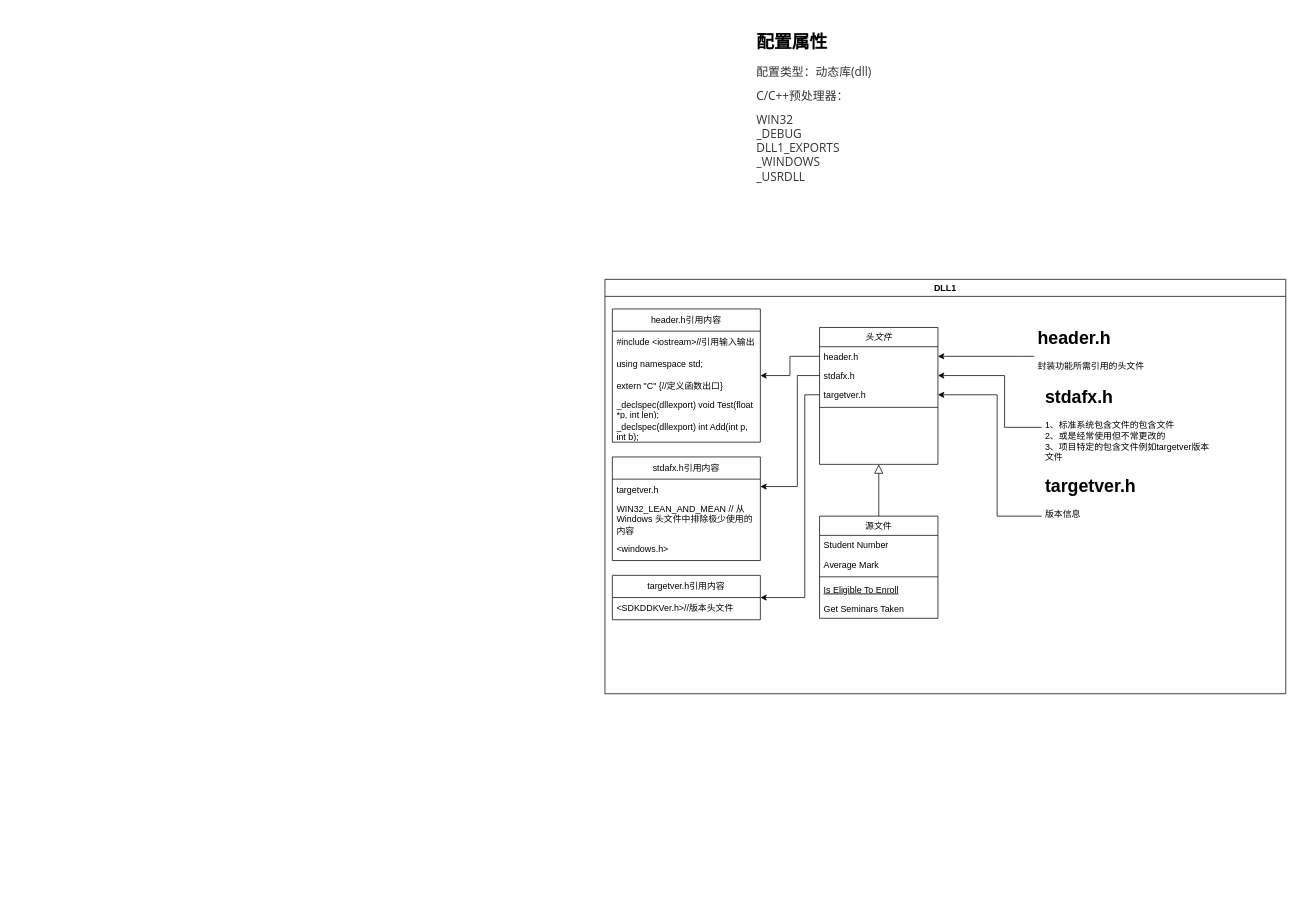
Before: 动态链接库.drawio in wjaswdd/draw.io, a draw.io diagram. Source tidied: cells renumbered, new cells numbered last; positions are measured from the earlier drawing's top-left corner, leaving out a move shared by most shapes. Both pictures are drawn from the tidied source at 74%, with x=0, y=0 at pixel (605, 27).
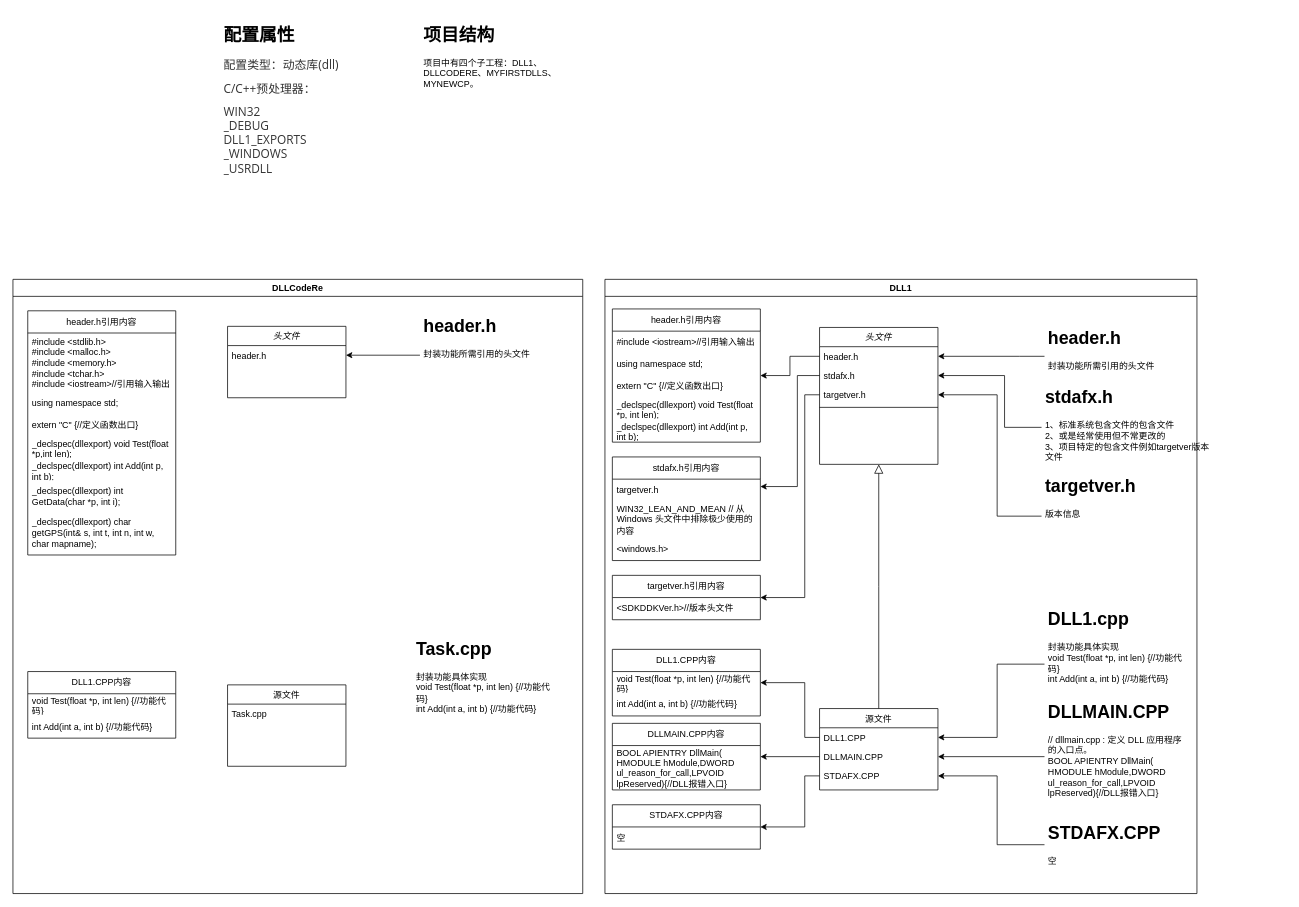
The same page after the edit.

Commit message:
更新动态链接库.drawio

What changed in the source:
```diff
@@
     <mxCell id="2" value="&lt;h1&gt;配置属性&lt;/h1&gt;&lt;p style=&quot;box-sizing: border-box; line-height: inherit; orphans: 4; margin: 0.8em 0px; position: relative; color: rgb(51, 51, 51); font-family: &amp;quot;Open Sans&amp;quot;, &amp;quot;Clear Sans&amp;quot;, &amp;quot;Helvetica Neue&amp;quot;, Helvetica, Arial, &amp;quot;Segoe UI Emoji&amp;quot;, sans-serif; font-size: 16px;&quot; class=&quot;md-end-block md-p&quot;&gt;配置类型：动态库(dll)&lt;/p&gt;&lt;p style=&quot;box-sizing: border-box; line-height: inherit; orphans: 4; margin: 0.8em 0px; position: relative; color: rgb(51, 51, 51); font-family: &amp;quot;Open Sans&amp;quot;, &amp;quot;Clear Sans&amp;quot;, &amp;quot;Helvetica Neue&amp;quot;, Helvetica, Arial, &amp;quot;Segoe UI Emoji&amp;quot;, sans-serif; font-size: 16px;&quot; class=&quot;md-end-block md-p&quot;&gt;&lt;span style=&quot;box-sizing: border-box;&quot; class=&quot;md-plain&quot;&gt;C/C++预处理器：&lt;/span&gt;&lt;/p&gt;&lt;p style=&quot;box-sizing: border-box; line-height: inherit; orphans: 4; margin: 0.8em 0px; position: relative; color: rgb(51, 51, 51); font-family: &amp;quot;Open Sans&amp;quot;, &amp;quot;Clear Sans&amp;quot;, &amp;quot;Helvetica Neue&amp;quot;, Helvetica, Arial, &amp;quot;Segoe UI Emoji&amp;quot;, sans-serif; font-size: 16px;&quot; class=&quot;md-end-block md-p md-focus&quot;&gt;&lt;span style=&quot;box-sizing: border-box;&quot; class=&quot;md-plain md-expand&quot;&gt;WIN32&lt;/span&gt;&lt;span style=&quot;box-sizing: border-box;&quot; class=&quot;md-softbreak&quot;&gt;&lt;br&gt;&lt;/span&gt;&lt;span style=&quot;box-sizing: border-box;&quot; class=&quot;md-plain&quot;&gt;_DEBUG&lt;/span&gt;&lt;span style=&quot;box-sizing: border-box;&quot; class=&quot;md-softbreak&quot;&gt;&lt;br&gt;&lt;/span&gt;&lt;span style=&quot;box-sizing: border-box;&quot; class=&quot;md-plain&quot;&gt;DLL1_EXPORTS&lt;/span&gt;&lt;span style=&quot;box-sizing: border-box;&quot; class=&quot;md-softbreak&quot;&gt;&lt;br&gt;&lt;/span&gt;&lt;span style=&quot;box-sizing: border-box;&quot; class=&quot;md-plain&quot;&gt;_WINDOWS&lt;/span&gt;&lt;span style=&quot;box-sizing: border-box;&quot; class=&quot;md-softbreak&quot;&gt;&lt;br&gt;&lt;/span&gt;&lt;span style=&quot;box-sizing: border-box;&quot; class=&quot;md-plain&quot;&gt;_USRDLL&lt;/span&gt;&lt;/p&gt;" style="text;html=1;strokeColor=none;fillColor=none;spacing=5;spacingTop=-20;whiteSpace=wrap;overflow=hidden;rounded=0;" parent="1" vertex="1">
-      <mxGeometry x="200" width="180" height="260" as="geometry" />
+      <mxGeometry x="-520" y="-10" width="180" height="260" as="geometry" />
     </mxCell>
     <mxCell id="3" value="DLL1" style="swimlane;whiteSpace=wrap;html=1;" parent="1" vertex="1">
-      <mxGeometry y="340" width="920" height="560" as="geometry" />
+      <mxGeometry y="340" width="800" height="830" as="geometry" />
     </mxCell>
@@
     <mxCell id="9" value="源文件" style="swimlane;fontStyle=0;align=center;verticalAlign=top;horizontal=1;startSize=26;rounded=0;shadow=0;strokeWidth=1;" parent="3" vertex="1">
-      <mxGeometry x="290" y="320" width="160" height="138" as="geometry" />
+      <mxGeometry x="290" y="580" width="160" height="110" as="geometry" />
     </mxCell>
-    <mxCell id="10" value="Student Number" style="text;align=left;verticalAlign=top;spacingLeft=4;spacingRight=4;overflow=hidden;points=[[0,0.5],[1,0.5]];portConstraint=eastwest;" parent="9" vertex="1">
+    <mxCell id="10" value="DLL1.CPP" style="text;align=left;verticalAlign=top;spacingLeft=4;spacingRight=4;overflow=hidden;points=[[0,0.5],[1,0.5]];portConstraint=eastwest;" parent="9" vertex="1">
       <mxGeometry y="26" width="160" height="26" as="geometry" />
     </mxCell>
-    <mxCell id="11" value="Average Mark" style="text;align=left;verticalAlign=top;spacingLeft=4;spacingRight=4;overflow=hidden;points=[[0,0.5],[1,0.5]];portConstraint=eastwest;rounded=0;shadow=0;html=0;" parent="9" vertex="1">
+    <mxCell id="11" value="DLLMAIN.CPP" style="text;align=left;verticalAlign=top;spacingLeft=4;spacingRight=4;overflow=hidden;points=[[0,0.5],[1,0.5]];portConstraint=eastwest;rounded=0;shadow=0;html=0;" parent="9" vertex="1">
       <mxGeometry y="52" width="160" height="26" as="geometry" />
     </mxCell>
-    <mxCell id="12" style="line;html=1;strokeWidth=1;align=left;verticalAlign=middle;spacingTop=-1;spacingLeft=3;spacingRight=3;labelPosition=right;" parent="9" vertex="1">
-      <mxGeometry y="78" width="160" height="8" as="geometry" />
-    </mxCell>
-    <mxCell id="13" value="Is Eligible To Enroll" style="text;align=left;verticalAlign=top;spacingLeft=4;spacingRight=4;overflow=hidden;fontStyle=4;" parent="9" vertex="1">
-      <mxGeometry y="86" width="160" height="26" as="geometry" />
-    </mxCell>
-    <mxCell id="14" value="Get Seminars Taken" style="text;align=left;verticalAlign=top;spacingLeft=4;spacingRight=4;overflow=hidden;points=[[0,0.5],[1,0.5]];portConstraint=eastwest;" parent="9" vertex="1">
-      <mxGeometry y="112" width="160" height="26" as="geometry" />
+    <mxCell id="14" value="STDAFX.CPP" style="text;align=left;verticalAlign=top;spacingLeft=4;spacingRight=4;overflow=hidden;points=[[0,0.5],[1,0.5]];portConstraint=eastwest;" parent="9" vertex="1">
+      <mxGeometry y="78" width="160" height="26" as="geometry" />
     </mxCell>
@@
     <mxCell id="17" value="&lt;h1&gt;header.h&lt;br&gt;&lt;/h1&gt;&lt;p&gt;封装功能所需引用的头文件&lt;/p&gt;" style="text;html=1;strokeColor=none;fillColor=none;spacing=5;spacingTop=-20;whiteSpace=wrap;overflow=hidden;rounded=0;" parent="3" vertex="1">
-      <mxGeometry x="580" y="60" width="190" height="120" as="geometry" />
+      <mxGeometry x="594" y="60" width="190" height="120" as="geometry" />
     </mxCell>
@@
+    <mxCell id="37" style="edgeStyle=orthogonalEdgeStyle;rounded=0;jettySize=auto;html=1;" parent="3" edge="1" source="38" target="10">
+      <mxGeometry relative="1" as="geometry">
+        <Array as="points">
+          <mxPoint x="530" y="520" />
+          <mxPoint x="530" y="619" />
+        </Array>
+      </mxGeometry>
+    </mxCell>
+    <mxCell id="38" value="&lt;h1&gt;DLL1.cpp&lt;/h1&gt;&lt;div&gt;封装功能具体实现&lt;/div&gt;&lt;div&gt;void Test(float *p, int len) {//功能代码}&lt;/div&gt;&lt;div&gt;int Add(int a, int b) {//功能代码}&lt;br&gt;&lt;/div&gt;" style="text;html=1;strokeColor=none;fillColor=none;spacing=5;spacingTop=-20;whiteSpace=wrap;overflow=hidden;rounded=0;" parent="3" vertex="1">
+      <mxGeometry x="594" y="440" width="190" height="120" as="geometry" />
+    </mxCell>
+    <mxCell id="39" style="edgeStyle=orthogonalEdgeStyle;rounded=0;jettySize=auto;html=1;" parent="3" edge="1" source="40" target="11">
+      <mxGeometry relative="1" as="geometry" />
+    </mxCell>
+    <mxCell id="40" value="&lt;h1&gt;DLLMAIN.CPP&lt;br&gt;&lt;/h1&gt;&lt;div&gt;// dllmain.cpp : 定义 DLL 应用程序的入口点。&lt;br&gt;&lt;/div&gt;&lt;div&gt;&lt;div&gt;BOOL APIENTRY DllMain( HMODULE hModule,&lt;span style=&quot;background-color: initial;&quot;&gt;DWORD&amp;nbsp; ul_reason_for_call,&lt;/span&gt;&lt;span style=&quot;background-color: initial;&quot;&gt;LPVOID lpReserved&lt;/span&gt;&lt;span style=&quot;background-color: initial;&quot;&gt;){//DLL报错入口}&lt;/span&gt;&lt;/div&gt;&lt;/div&gt;" style="text;html=1;strokeColor=none;fillColor=none;spacing=5;spacingTop=-20;whiteSpace=wrap;overflow=hidden;rounded=0;" parent="3" vertex="1">
+      <mxGeometry x="594" y="565" width="190" height="160" as="geometry" />
+    </mxCell>
+    <mxCell id="41" style="edgeStyle=orthogonalEdgeStyle;rounded=0;jettySize=auto;html=1;" parent="3" edge="1" source="42" target="14">
+      <mxGeometry relative="1" as="geometry">
+        <Array as="points">
+          <mxPoint x="530" y="764" />
+          <mxPoint x="530" y="671" />
+        </Array>
+      </mxGeometry>
+    </mxCell>
+    <mxCell id="42" value="&lt;h1&gt;STDAFX.CPP&lt;br&gt;&lt;/h1&gt;&lt;div&gt;空&lt;/div&gt;" style="text;html=1;strokeColor=none;fillColor=none;spacing=5;spacingTop=-20;whiteSpace=wrap;overflow=hidden;rounded=0;" parent="3" vertex="1">
+      <mxGeometry x="594" y="729" width="190" height="70" as="geometry" />
+    </mxCell>
+    <mxCell id="43" value="DLL1.CPP内容" style="swimlane;fontStyle=0;horizontal=1;startSize=30;whiteSpace=wrap;html=1;" parent="3" vertex="1">
+      <mxGeometry x="10" y="500" width="200" height="90" as="geometry" />
+    </mxCell>
+    <mxCell id="44" value="&lt;div style=&quot;border-color: var(--border-color);&quot;&gt;void Test(float *p, int len) {//功能代码}&lt;/div&gt;" style="text;strokeColor=none;fillColor=none;align=left;verticalAlign=middle;spacingLeft=4;spacingRight=4;overflow=hidden;whiteSpace=wrap;html=1;" parent="43" vertex="1">
+      <mxGeometry y="30" width="200" height="30" as="geometry" />
+    </mxCell>
+    <mxCell id="45" value="&lt;div style=&quot;border-color: var(--border-color);&quot;&gt;int Add(int a, int b) {//功能代码}&lt;br&gt;&lt;/div&gt;" style="text;strokeColor=none;fillColor=none;align=left;verticalAlign=middle;spacingLeft=4;spacingRight=4;overflow=hidden;whiteSpace=wrap;html=1;" parent="43" vertex="1">
+      <mxGeometry y="60" width="200" height="30" as="geometry" />
+    </mxCell>
+    <mxCell id="46" style="edgeStyle=orthogonalEdgeStyle;rounded=0;jettySize=auto;html=1;" parent="3" edge="1" source="10" target="43">
+      <mxGeometry relative="1" as="geometry">
+        <Array as="points">
+          <mxPoint x="270" y="619" />
+          <mxPoint x="270" y="545" />
+        </Array>
+      </mxGeometry>
+    </mxCell>
+    <mxCell id="47" value="DLLMAIN.CPP内容" style="swimlane;fontStyle=0;horizontal=1;startSize=30;whiteSpace=wrap;html=1;" parent="3" vertex="1">
+      <mxGeometry x="10" y="600" width="200" height="90" as="geometry" />
+    </mxCell>
+    <mxCell id="48" value="&lt;div style=&quot;border-color: var(--border-color);&quot;&gt;BOOL APIENTRY DllMain( HMODULE hModule,DWORD&amp;nbsp; ul_reason_for_call,&lt;span style=&quot;border-color: var(--border-color); background-color: initial;&quot;&gt;LPVOID lpReserved&lt;/span&gt;&lt;span style=&quot;border-color: var(--border-color); background-color: initial;&quot;&gt;){//DLL报错入口}&lt;/span&gt;&lt;br&gt;&lt;/div&gt;" style="text;strokeColor=none;fillColor=none;align=left;verticalAlign=middle;spacingLeft=4;spacingRight=4;overflow=hidden;whiteSpace=wrap;html=1;" parent="47" vertex="1">
+      <mxGeometry y="30" width="200" height="60" as="geometry" />
+    </mxCell>
+    <mxCell id="49" style="edgeStyle=orthogonalEdgeStyle;rounded=0;jettySize=auto;html=1;" parent="3" edge="1" source="11" target="47">
+      <mxGeometry relative="1" as="geometry" />
+    </mxCell>
+    <mxCell id="50" value="STDAFX.CPP内容" style="swimlane;fontStyle=0;horizontal=1;startSize=30;whiteSpace=wrap;html=1;" parent="3" vertex="1">
+      <mxGeometry x="10" y="710" width="200" height="60" as="geometry" />
+    </mxCell>
+    <mxCell id="51" value="空" style="text;strokeColor=none;fillColor=none;align=left;verticalAlign=middle;spacingLeft=4;spacingRight=4;overflow=hidden;whiteSpace=wrap;html=1;" parent="50" vertex="1">
+      <mxGeometry y="30" width="200" height="30" as="geometry" />
+    </mxCell>
+    <mxCell id="52" style="edgeStyle=orthogonalEdgeStyle;rounded=0;jettySize=auto;html=1;" parent="3" edge="1" source="14" target="50">
+      <mxGeometry relative="1" as="geometry">
+        <Array as="points">
+          <mxPoint x="270" y="671" />
+          <mxPoint x="270" y="740" />
+        </Array>
+      </mxGeometry>
+    </mxCell>
+    <mxCell id="53" value="&lt;h1&gt;项目结构&lt;br&gt;&lt;/h1&gt;&lt;p&gt;项目中有四个子工程：DLL1、DLLCODERE、MYFIRSTDLLS、MYNEWCP。&lt;br&gt;&lt;/p&gt;" style="text;html=1;strokeColor=none;fillColor=none;spacing=5;spacingTop=-20;whiteSpace=wrap;overflow=hidden;rounded=0;" parent="1" vertex="1">
+      <mxGeometry x="-250" y="-10" width="190" height="120" as="geometry" />
+    </mxCell>
+    <mxCell id="54" value="DLLCodeRe" style="swimlane;whiteSpace=wrap;html=1;" parent="1" vertex="1">
+      <mxGeometry x="-800" y="340" width="770" height="830" as="geometry" />
+    </mxCell>
+    <mxCell id="55" value="头文件" style="swimlane;fontStyle=2;align=center;verticalAlign=top;horizontal=1;startSize=26;rounded=0;shadow=0;strokeWidth=1;" parent="54" vertex="1">
+      <mxGeometry x="290" y="63.5" width="160" height="96.5" as="geometry" />
+    </mxCell>
+    <mxCell id="56" value="header.h" style="text;align=left;verticalAlign=top;spacingLeft=4;spacingRight=4;overflow=hidden;points=[[0,0.5],[1,0.5]];portConstraint=eastwest;" parent="55" vertex="1">
+      <mxGeometry y="26" width="160" height="26" as="geometry" />
+    </mxCell>
+    <mxCell id="57" value="源文件" style="swimlane;fontStyle=0;align=center;verticalAlign=top;horizontal=1;startSize=26;rounded=0;shadow=0;strokeWidth=1;" parent="54" vertex="1">
+      <mxGeometry x="290" y="548" width="160" height="110" as="geometry" />
+    </mxCell>
+    <mxCell id="58" value="Task.cpp" style="text;align=left;verticalAlign=top;spacingLeft=4;spacingRight=4;overflow=hidden;" parent="57" vertex="1">
+      <mxGeometry y="26" width="160" height="26" as="geometry" />
+    </mxCell>
+    <mxCell id="59" style="edgeStyle=orthogonalEdgeStyle;rounded=0;jettySize=auto;html=1;" parent="54" edge="1" source="60" target="56">
+      <mxGeometry relative="1" as="geometry" />
+    </mxCell>
+    <mxCell id="60" value="&lt;h1&gt;header.h&lt;br&gt;&lt;/h1&gt;&lt;p&gt;封装功能所需引用的头文件&lt;/p&gt;" style="text;html=1;strokeColor=none;fillColor=none;spacing=5;spacingTop=-20;whiteSpace=wrap;overflow=hidden;rounded=0;" parent="54" vertex="1">
+      <mxGeometry x="550" y="42.5" width="190" height="120" as="geometry" />
+    </mxCell>
+    <mxCell id="61" value="&lt;h1&gt;Task.cpp&lt;br&gt;&lt;/h1&gt;&lt;div&gt;封装功能具体实现&lt;/div&gt;&lt;div&gt;void Test(float *p, int len) {//功能代码}&lt;/div&gt;&lt;div&gt;int Add(int a, int b) {//功能代码}&lt;br&gt;&lt;/div&gt;" style="text;html=1;strokeColor=none;fillColor=none;spacing=5;spacingTop=-20;whiteSpace=wrap;overflow=hidden;rounded=0;" parent="54" vertex="1">
+      <mxGeometry x="540" y="480" width="190" height="120" as="geometry" />
+    </mxCell>
+    <mxCell id="62" value="header.h引用内容" style="swimlane;fontStyle=0;horizontal=1;startSize=30;whiteSpace=wrap;html=1;" parent="54" vertex="1">
+      <mxGeometry x="20" y="42.5" width="200" height="330" as="geometry" />
+    </mxCell>
+    <mxCell id="63" value="&lt;div&gt;#include &amp;lt;stdlib.h&amp;gt;&lt;/div&gt;&lt;div&gt;&lt;span style=&quot;font-size: 12px;&quot;&gt;#include &amp;lt;malloc.h&amp;gt;&lt;/span&gt;&lt;/div&gt;&lt;div&gt;&lt;span style=&quot;font-size: 12px;&quot;&gt;#include &amp;lt;memory.h&amp;gt;&lt;/span&gt;&lt;/div&gt;&lt;div&gt;&lt;span style=&quot;font-size: 12px;&quot;&gt;#include &amp;lt;tchar.h&amp;gt;&lt;/span&gt;&lt;/div&gt;&lt;div&gt;&lt;span style=&quot;font-size: 12px;&quot;&gt;#include &amp;lt;iostream&amp;gt;//引用输入输出&lt;/span&gt;&lt;/div&gt;" style="text;strokeColor=none;fillColor=none;align=left;verticalAlign=middle;spacingLeft=4;spacingRight=4;overflow=hidden;whiteSpace=wrap;html=1;" parent="62" vertex="1">
+      <mxGeometry y="30" width="200" height="80" as="geometry" />
+    </mxCell>
+    <mxCell id="64" value="using namespace std;" style="text;strokeColor=none;fillColor=none;align=left;verticalAlign=middle;spacingLeft=4;spacingRight=4;overflow=hidden;whiteSpace=wrap;html=1;" parent="62" vertex="1">
+      <mxGeometry y="110" width="200" height="30" as="geometry" />
+    </mxCell>
+    <mxCell id="65" value="extern &quot;C&quot; {//定义函数出口}" style="text;strokeColor=none;fillColor=none;align=left;verticalAlign=middle;spacingLeft=4;spacingRight=4;overflow=hidden;whiteSpace=wrap;html=1;" parent="62" vertex="1">
+      <mxGeometry y="140" width="200" height="30" as="geometry" />
+    </mxCell>
+    <mxCell id="66" value="_declspec(dllexport) void Test(float *p,int len);" style="text;strokeColor=none;fillColor=none;align=left;verticalAlign=middle;spacingLeft=4;spacingRight=4;overflow=hidden;whiteSpace=wrap;html=1;" parent="62" vertex="1">
+      <mxGeometry y="170" width="200" height="30" as="geometry" />
+    </mxCell>
+    <mxCell id="67" value="_declspec(dllexport) int Add(int p, int b);" style="text;strokeColor=none;fillColor=none;align=left;verticalAlign=middle;spacingLeft=4;spacingRight=4;overflow=hidden;whiteSpace=wrap;html=1;" parent="62" vertex="1">
+      <mxGeometry y="200" width="200" height="30" as="geometry" />
+    </mxCell>
+    <mxCell id="68" value="_declspec(dllexport) int GetData(char *p, int i);" style="text;strokeColor=none;fillColor=none;align=left;verticalAlign=middle;spacingLeft=4;spacingRight=4;overflow=hidden;whiteSpace=wrap;html=1;" parent="62" vertex="1">
+      <mxGeometry y="230" width="200" height="40" as="geometry" />
+    </mxCell>
+    <mxCell id="69" value="_declspec(dllexport) char getGPS(int&amp;amp; s, int t, int n, int w, char mapname);" style="text;strokeColor=none;fillColor=none;align=left;verticalAlign=middle;spacingLeft=4;spacingRight=4;overflow=hidden;whiteSpace=wrap;html=1;" parent="62" vertex="1">
+      <mxGeometry y="270" width="200" height="60" as="geometry" />
+    </mxCell>
+    <mxCell id="70" value="DLL1.CPP内容" style="swimlane;fontStyle=0;horizontal=1;startSize=30;whiteSpace=wrap;html=1;" parent="54" vertex="1">
+      <mxGeometry x="20" y="530" width="200" height="90" as="geometry" />
+    </mxCell>
+    <mxCell id="71" value="&lt;div style=&quot;border-color: var(--border-color);&quot;&gt;void Test(float *p, int len) {//功能代码}&lt;/div&gt;" style="text;strokeColor=none;fillColor=none;align=left;verticalAlign=middle;spacingLeft=4;spacingRight=4;overflow=hidden;whiteSpace=wrap;html=1;" parent="70" vertex="1">
+      <mxGeometry y="30" width="200" height="30" as="geometry" />
+    </mxCell>
+    <mxCell id="72" value="&lt;div style=&quot;border-color: var(--border-color);&quot;&gt;int Add(int a, int b) {//功能代码}&lt;br&gt;&lt;/div&gt;" style="text;strokeColor=none;fillColor=none;align=left;verticalAlign=middle;spacingLeft=4;spacingRight=4;overflow=hidden;whiteSpace=wrap;html=1;" parent="70" vertex="1">
+      <mxGeometry y="60" width="200" height="30" as="geometry" />
+    </mxCell>
```
